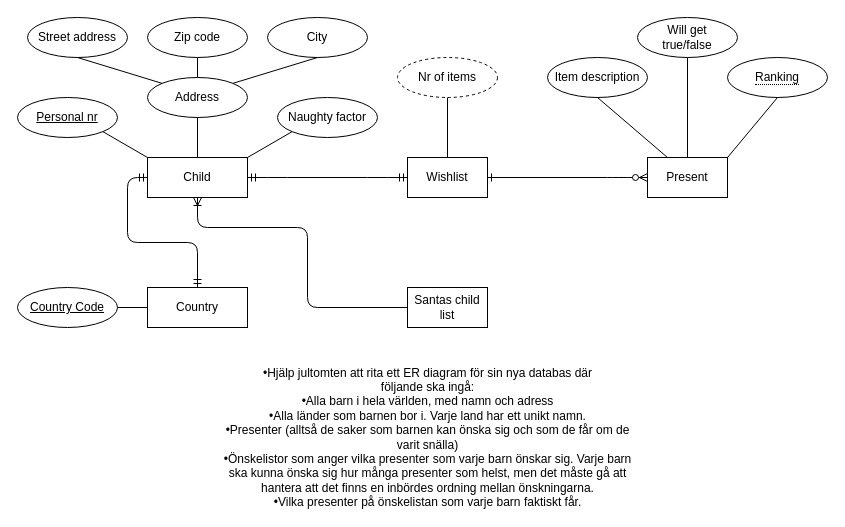
Above: Untitled Diagram.drawio in TomasDahlander/FunctionalProgrammingExemination (draw.io), before the change. Source tidied: cells renumbered, new cells numbered last; positions are measured from the earlier drawing's top-left corner, leaving out a move shared by most shapes. Both pictures are drawn from the tidied source at 100%, with x=0, y=0 at pixel (17, 17).
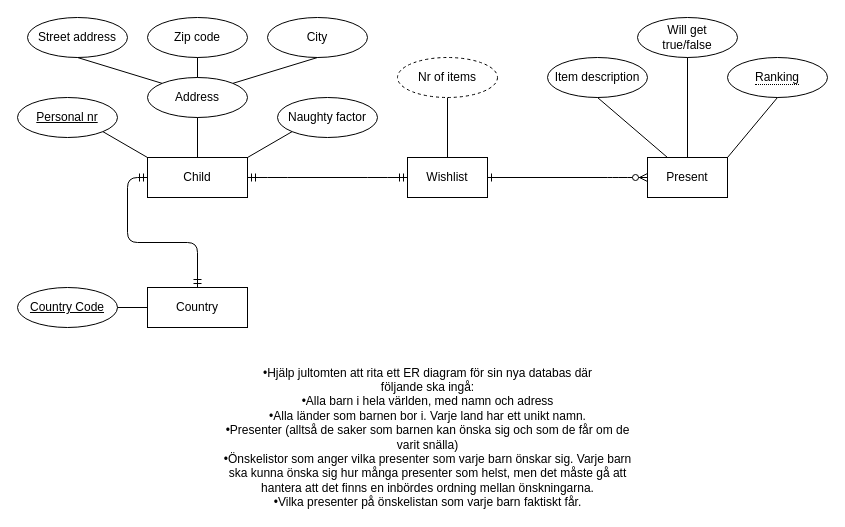
After the change.

What changed in the source:
```diff
@@
-    <mxCell id="31" value="Santas child list" style="whiteSpace=wrap;html=1;align=center;fontFamily=Helvetica;" parent="1" vertex="1">
-      <mxGeometry x="390" y="270" width="80" height="40" as="geometry" />
-    </mxCell>
-    <mxCell id="32" style="fontSize=12;html=1;endArrow=ERoneToMany;align=center;exitX=0;exitY=0.5;exitDx=0;exitDy=0;edgeStyle=orthogonalEdgeStyle;" parent="1" edge="1" source="31">
-      <mxGeometry relative="1" as="geometry">
-        <mxPoint x="180" y="180" as="targetPoint" />
-        <Array as="points">
-          <mxPoint x="290" y="290" />
-          <mxPoint x="290" y="210" />
-          <mxPoint x="180" y="210" />
-        </Array>
-      </mxGeometry>
-    </mxCell>
```
